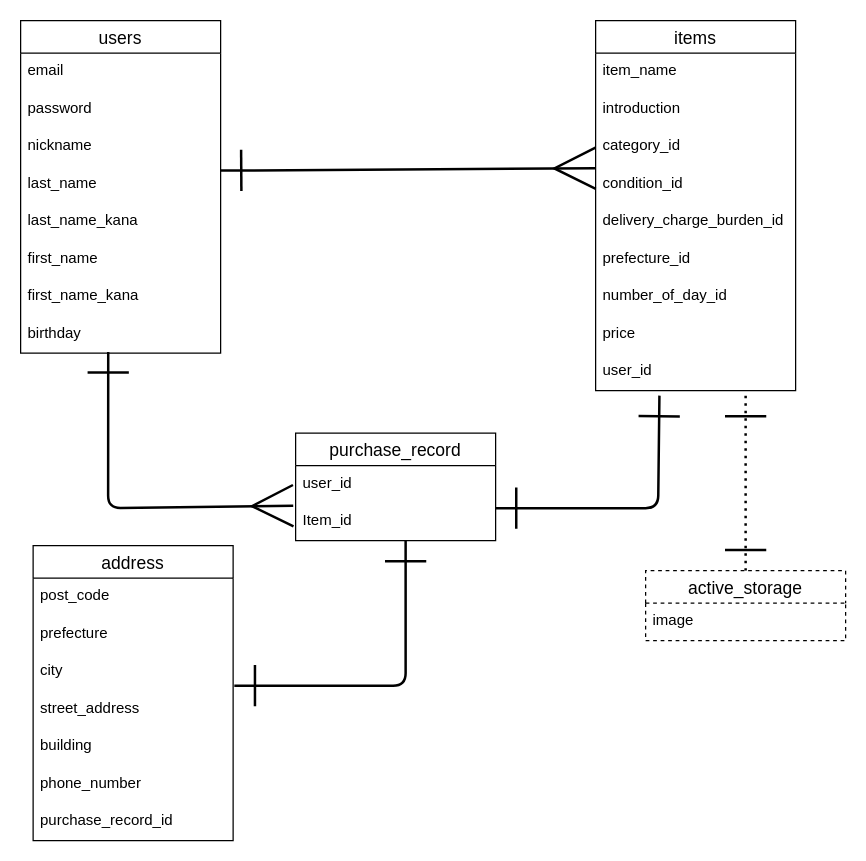
This is furima.dio from sakuraiswo/furima-40482, a draw.io file, before an edit. Source tidied: cells renumbered, new cells numbered last; positions are measured from the earlier drawing's top-left corner, leaving out a move shared by most shapes. Both pictures are drawn from the tidied source at 125%, with x=0, y=0 at pixel (20, 20).
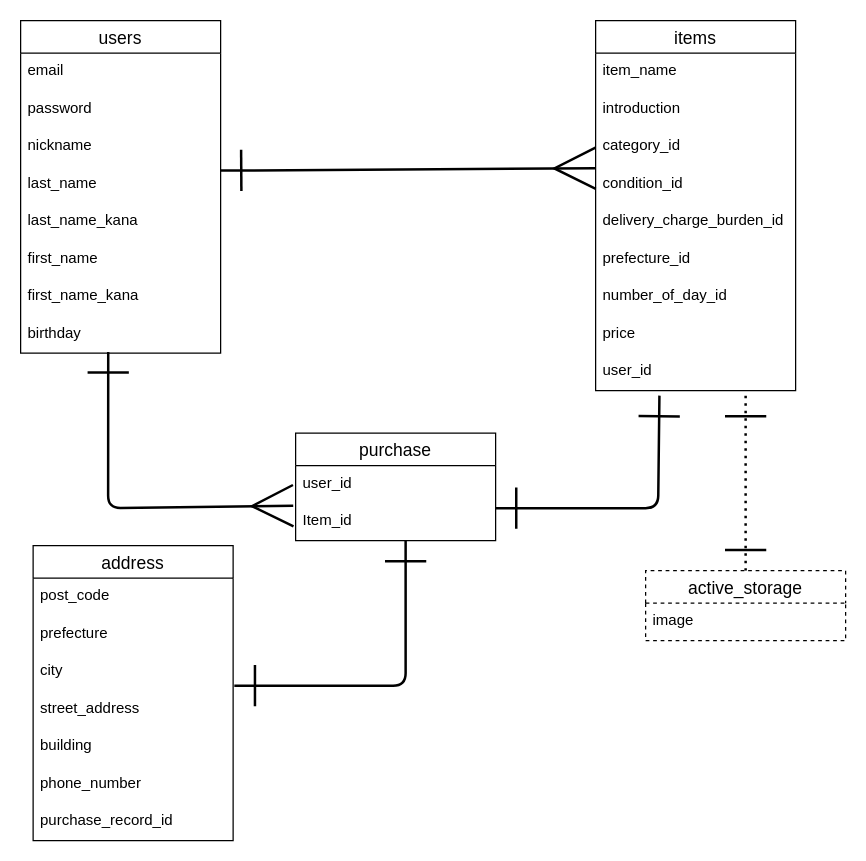
Above is the later version.

Change to the diagram source:
```diff
@@
-    <mxCell id="34" value="purchase_record" style="swimlane;fontStyle=0;horizontal=1;startSize=26;align=center;fontSize=14;" parent="1" vertex="1">
+    <mxCell id="34" value="purchase" style="swimlane;fontStyle=0;horizontal=1;startSize=26;align=center;fontSize=14;" parent="1" vertex="1">
       <mxGeometry x="220" y="330" width="160" height="86" as="geometry" />
     </mxCell>
```
